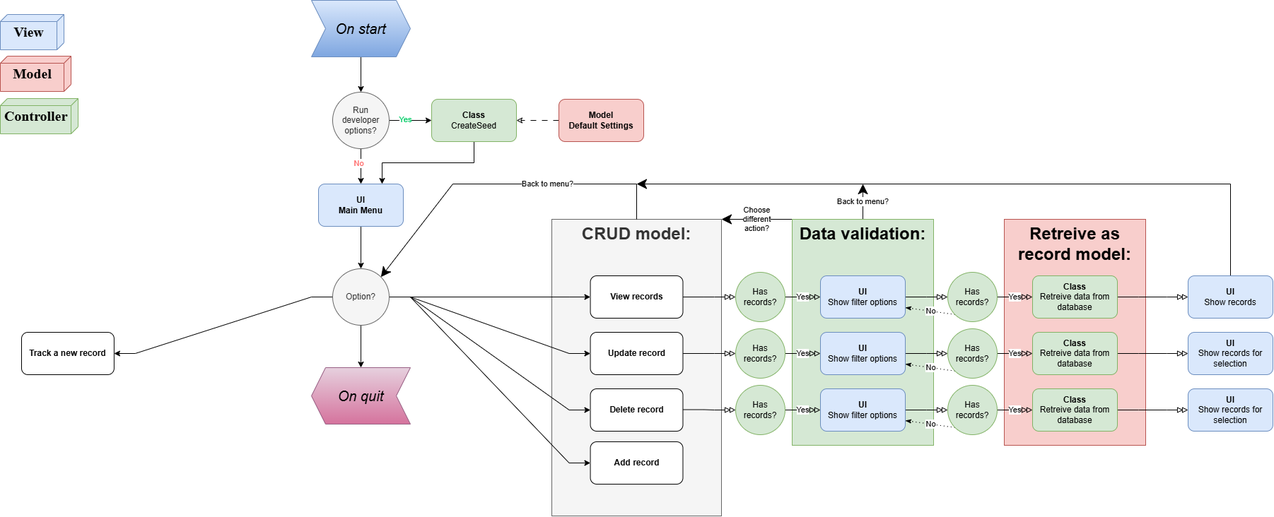
Before: Console.CodingTracker/Diagrams/ProgramRequirements.drawio.png, a diagram exported from draw.io (Wolfieeex/CodeReviews.Console.CodingTracker). Source tidied: cells renumbered, new cells last; positions are measured from the earlier drawing's top-left corner, leaving out a move shared by most shapes.
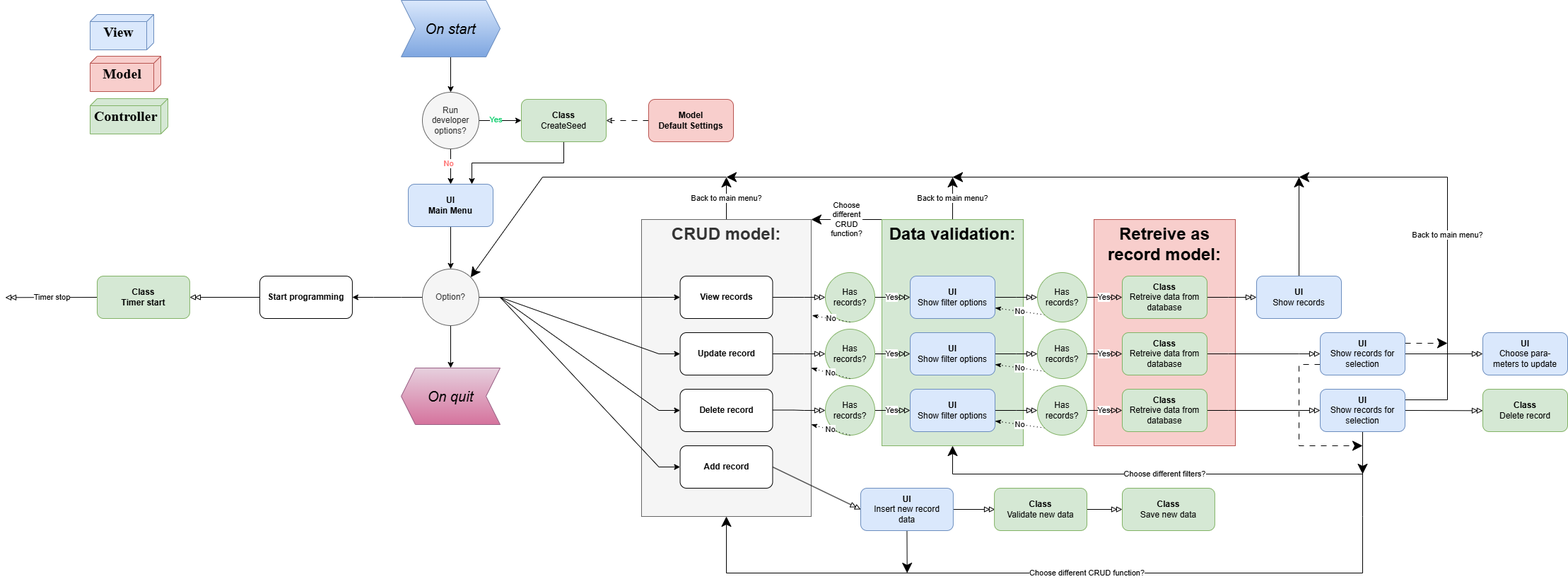
Above is the later version.

Change to the diagram source:
```diff
@@ -2,12 +2,12 @@
   <root>
     <mxCell id="0" />
     <mxCell id="1" parent="0" />
-    <mxCell id="2" value="Back to menu?" style="edgeStyle=none;shape=connector;rounded=0;jettySize=auto;html=1;exitX=0.5;exitY=0;exitDx=0;exitDy=0;strokeColor=default;strokeWidth=1;align=center;verticalAlign=middle;fontFamily=Helvetica;fontSize=11;fontColor=default;labelBackgroundColor=default;endArrow=classic;endSize=12;" parent="1" edge="1" source="4">
+    <mxCell id="2" value="Back to main menu?" style="edgeStyle=none;shape=connector;rounded=0;jettySize=auto;html=1;exitX=0.5;exitY=0;exitDx=0;exitDy=0;strokeColor=default;strokeWidth=1;align=center;verticalAlign=middle;fontFamily=Helvetica;fontSize=11;fontColor=default;labelBackgroundColor=default;endArrow=classic;endSize=12;" parent="1" edge="1" source="4">
       <mxGeometry relative="1" as="geometry">
-        <mxPoint x="1220" y="260" as="targetPoint" />
+        <mxPoint x="1220" y="250" as="targetPoint" />
       </mxGeometry>
     </mxCell>
-    <mxCell id="3" value="Choose&lt;div&gt;different&lt;/div&gt;&lt;div&gt;action?&lt;/div&gt;" style="edgeStyle=none;shape=connector;rounded=0;jettySize=auto;html=1;exitX=0;exitY=0;exitDx=0;exitDy=0;entryX=1;entryY=0;entryDx=0;entryDy=0;strokeColor=default;strokeWidth=1;align=center;verticalAlign=middle;fontFamily=Helvetica;fontSize=11;fontColor=default;labelBackgroundColor=default;endArrow=classic;endSize=12;" parent="1" edge="1" source="4" target="6">
+    <mxCell id="3" value="Choose&lt;div&gt;different&lt;/div&gt;&lt;div&gt;CRUD&lt;/div&gt;&lt;div&gt;function?&lt;/div&gt;" style="edgeStyle=none;shape=connector;rounded=0;jettySize=auto;html=1;exitX=0;exitY=0;exitDx=0;exitDy=0;entryX=1;entryY=0;entryDx=0;entryDy=0;strokeColor=default;strokeWidth=1;align=center;verticalAlign=middle;fontFamily=Helvetica;fontSize=11;fontColor=default;labelBackgroundColor=default;endArrow=classic;endSize=12;" parent="1" edge="1" source="4" target="6">
       <mxGeometry relative="1" as="geometry" />
     </mxCell>
     <mxCell id="4" value="&lt;h1 style=&quot;margin-top: -20.08px;&quot;&gt;Data validation:&lt;/h1&gt;" style="rounded=0;whiteSpace=wrap;html=1;spacingTop=20;fillColor=#d5e8d4;strokeColor=#82b366;verticalAlign=top;" parent="1" vertex="1">
@@ -16,6 +16,11 @@
     <mxCell id="5" value="&lt;h1 style=&quot;margin-top: -20.08px;&quot;&gt;Retreive as record model:&lt;/h1&gt;" style="rounded=0;whiteSpace=wrap;html=1;spacingTop=20;fillColor=#f8cecc;strokeColor=#b85450;verticalAlign=top;" parent="1" vertex="1">
       <mxGeometry x="1420" y="310" width="200" height="320" as="geometry" />
     </mxCell>
+    <mxCell id="72" value="Back to main menu?" style="edgeStyle=none;shape=connector;rounded=0;jettySize=auto;html=1;exitX=0.5;exitY=0;exitDx=0;exitDy=0;strokeColor=default;strokeWidth=1;align=center;verticalAlign=middle;fontFamily=Helvetica;fontSize=11;fontColor=default;labelBackgroundColor=default;endArrow=classic;endSize=12;" parent="1" edge="1" source="6">
+      <mxGeometry relative="1" as="geometry">
+        <mxPoint x="900" y="250" as="targetPoint" />
+      </mxGeometry>
+    </mxCell>
     <mxCell id="6" value="&lt;h1 style=&quot;margin-top: -20.08px;&quot;&gt;CRUD model:&lt;/h1&gt;" style="rounded=0;whiteSpace=wrap;html=1;spacingTop=20;fillColor=#f5f5f5;strokeColor=#666666;verticalAlign=top;fontColor=#333333;" parent="1" vertex="1">
       <mxGeometry x="780" y="310" width="240" height="420" as="geometry" />
     </mxCell>
@@ -85,17 +90,15 @@
     <mxCell id="28" value="On quit" style="shape=step;perimeter=stepPerimeter;html=1;fixedSize=1;fontSize=20;whiteSpace=wrap;fillColor=#e6d0de;strokeColor=#996185;fontStyle=2;portConstraintRotation=0;portConstraint=none;backgroundOutline=0;flipH=1;gradientColor=#d5739d;" parent="1" vertex="1">
       <mxGeometry x="440" y="520" width="140" height="80" as="geometry" />
     </mxCell>
-    <mxCell id="29" style="shape=connector;rounded=0;jettySize=auto;html=1;exitX=0.5;exitY=0;exitDx=0;exitDy=0;entryX=1;entryY=0;entryDx=0;entryDy=0;strokeColor=default;align=center;verticalAlign=middle;fontFamily=Helvetica;fontSize=11;fontColor=default;labelBackgroundColor=default;endArrow=classic;endSize=12;" parent="1" edge="1" source="6" target="27">
+    <mxCell id="29" style="shape=connector;rounded=0;jettySize=auto;html=1;entryX=1;entryY=0;entryDx=0;entryDy=0;strokeColor=default;align=center;verticalAlign=middle;fontFamily=Helvetica;fontSize=11;fontColor=default;labelBackgroundColor=default;endArrow=classic;endSize=12;" parent="1" edge="1" target="27">
       <mxGeometry relative="1" as="geometry">
+        <mxPoint x="900" y="250" as="sourcePoint" />
         <Array as="points">
-          <mxPoint x="900" y="260" />
-          <mxPoint x="640" y="260" />
+          <mxPoint x="900" y="250" />
+          <mxPoint x="640" y="250" />
         </Array>
       </mxGeometry>
     </mxCell>
-    <mxCell id="30" value="Back to menu?" style="edgeLabel;html=1;align=center;verticalAlign=middle;fontFamily=Helvetica;fontSize=11;fontColor=default;labelBackgroundColor=default;" parent="29" vertex="1">
-      <mxGeometry x="-0.26" y="-1" relative="1" as="geometry" />
-    </mxCell>
     <mxCell id="31" style="edgeStyle=entityRelationEdgeStyle;shape=connector;curved=0;rounded=0;jettySize=auto;html=1;exitX=1;exitY=0.5;exitDx=0;exitDy=0;strokeColor=default;align=center;verticalAlign=middle;fontFamily=Helvetica;fontSize=11;fontColor=default;labelBackgroundColor=default;startArrow=none;startFill=0;endArrow=doubleBlock;endFill=0;flowAnimation=0;" parent="1" edge="1" source="32" target="66">
       <mxGeometry relative="1" as="geometry" />
     </mxCell>
@@ -132,11 +135,17 @@
     <mxCell id="42" value="&lt;b&gt;View records&lt;/b&gt;" style="rounded=1;whiteSpace=wrap;html=1;" parent="1" vertex="1">
       <mxGeometry x="834.5" y="390" width="130.9" height="60" as="geometry" />
     </mxCell>
+    <mxCell id="73" style="edgeStyle=none;shape=connector;rounded=0;jettySize=auto;html=1;exitX=1;exitY=0.5;exitDx=0;exitDy=0;strokeColor=default;align=center;verticalAlign=middle;fontFamily=Helvetica;fontSize=11;fontColor=default;labelBackgroundColor=default;startArrow=none;startFill=0;endArrow=doubleBlock;endFill=0;flowAnimation=0;entryX=0;entryY=0.5;entryDx=0;entryDy=0;" parent="1" edge="1" source="43" target="94">
+      <mxGeometry relative="1" as="geometry" />
+    </mxCell>
     <mxCell id="43" value="&lt;b&gt;Add record&lt;/b&gt;" style="rounded=1;whiteSpace=wrap;html=1;" parent="1" vertex="1">
-      <mxGeometry x="834.5" y="625" width="130.9" height="60" as="geometry" />
+      <mxGeometry x="834.5" y="630" width="130.9" height="60" as="geometry" />
     </mxCell>
+    <mxCell id="74" style="shape=connector;rounded=0;jettySize=auto;html=1;exitX=0;exitY=0.5;exitDx=0;exitDy=0;strokeColor=default;align=center;verticalAlign=middle;fontFamily=Helvetica;fontSize=11;fontColor=default;labelBackgroundColor=default;startArrow=none;startFill=0;endArrow=doubleBlock;endFill=0;flowAnimation=0;entryX=1;entryY=0.5;entryDx=0;entryDy=0;" parent="1" edge="1" source="44" target="89">
+      <mxGeometry relative="1" as="geometry" />
+    </mxCell>
-    <mxCell id="44" value="&lt;b&gt;Track a new record&lt;/b&gt;" style="rounded=1;whiteSpace=wrap;html=1;" parent="1" vertex="1">
-      <mxGeometry x="30" y="470" width="130.9" height="60" as="geometry" />
+    <mxCell id="44" value="&lt;b&gt;Start programming&lt;/b&gt;" style="rounded=1;whiteSpace=wrap;html=1;" parent="1" vertex="1">
+      <mxGeometry x="240" y="390" width="130.9" height="60" as="geometry" />
     </mxCell>
     <mxCell id="45" value="&lt;b&gt;Update record&lt;/b&gt;" style="rounded=1;whiteSpace=wrap;html=1;" parent="1" vertex="1">
       <mxGeometry x="834.5" y="470" width="130.9" height="60" as="geometry" />
@@ -166,14 +175,27 @@
     </mxCell>
     <mxCell id="53" style="edgeStyle=none;shape=connector;rounded=0;jettySize=auto;html=1;exitX=0.5;exitY=0;exitDx=0;exitDy=0;strokeColor=default;align=center;verticalAlign=middle;fontFamily=Helvetica;fontSize=11;fontColor=default;labelBackgroundColor=default;endArrow=classic;strokeWidth=1;endSize=12;" parent="1" edge="1" source="54">
       <mxGeometry relative="1" as="geometry">
-        <mxPoint x="900" y="260" as="targetPoint" />
+        <mxPoint x="900" y="250" as="targetPoint" />
         <Array as="points">
-          <mxPoint x="1740" y="260" />
+          <mxPoint x="1710" y="250" />
         </Array>
       </mxGeometry>
     </mxCell>
+    <mxCell id="75" style="edgeStyle=none;shape=connector;rounded=0;jettySize=auto;html=1;exitX=0.5;exitY=0;exitDx=0;exitDy=0;strokeColor=default;strokeWidth=1;align=center;verticalAlign=middle;fontFamily=Helvetica;fontSize=11;fontColor=default;labelBackgroundColor=default;endArrow=classic;endSize=12;" parent="1" edge="1" source="54">
+      <mxGeometry relative="1" as="geometry">
+        <mxPoint x="1220" y="250" as="targetPoint" />
+        <Array as="points">
+          <mxPoint x="1710" y="250" />
+        </Array>
+      </mxGeometry>
+    </mxCell>
+    <mxCell id="76" style="edgeStyle=none;shape=connector;rounded=0;jettySize=auto;html=1;exitX=0.5;exitY=0;exitDx=0;exitDy=0;strokeColor=default;strokeWidth=1;align=center;verticalAlign=middle;fontFamily=Helvetica;fontSize=11;fontColor=default;labelBackgroundColor=default;endArrow=classic;endSize=12;" parent="1" edge="1" source="54">
+      <mxGeometry relative="1" as="geometry">
+        <mxPoint x="1710" y="250" as="targetPoint" />
+      </mxGeometry>
+    </mxCell>
     <mxCell id="54" value="&lt;b&gt;UI&lt;/b&gt;&lt;div&gt;Show records&lt;/div&gt;" style="rounded=1;whiteSpace=wrap;html=1;fillColor=#dae8fc;strokeColor=#6c8ebf;" parent="1" vertex="1">
-      <mxGeometry x="1680" y="390" width="120" height="60" as="geometry" />
+      <mxGeometry x="1650" y="390" width="120" height="60" as="geometry" />
     </mxCell>
     <mxCell id="55" value="Yes" style="edgeStyle=entityRelationEdgeStyle;shape=connector;curved=0;rounded=0;jettySize=auto;html=1;exitX=1;exitY=0.5;exitDx=0;exitDy=0;entryX=0;entryY=0.5;entryDx=0;entryDy=0;strokeColor=default;align=center;verticalAlign=middle;fontFamily=Helvetica;fontSize=11;fontColor=default;labelBackgroundColor=default;startArrow=none;startFill=0;endArrow=doubleBlock;endFill=0;flowAnimation=0;" parent="1" edge="1" source="56" target="35">
       <mxGeometry relative="1" as="geometry" />
@@ -220,11 +242,111 @@
     <mxCell id="69" value="Has records?" style="ellipse;whiteSpace=wrap;html=1;fillColor=#d5e8d4;strokeColor=#82b366;" parent="1" vertex="1">
       <mxGeometry x="1340" y="465" width="70" height="70" as="geometry" />
     </mxCell>
+    <mxCell id="77" style="edgeStyle=none;shape=connector;rounded=0;jettySize=auto;html=1;exitX=1;exitY=0.5;exitDx=0;exitDy=0;strokeColor=default;align=center;verticalAlign=middle;fontFamily=Helvetica;fontSize=11;fontColor=default;labelBackgroundColor=default;startArrow=none;startFill=0;endArrow=doubleBlock;endFill=0;flowAnimation=0;" parent="1" edge="1" source="70">
+      <mxGeometry relative="1" as="geometry">
+        <mxPoint x="1970" y="580.3" as="targetPoint" />
+      </mxGeometry>
+    </mxCell>
+    <mxCell id="78" style="edgeStyle=none;shape=connector;rounded=0;jettySize=auto;html=1;strokeColor=default;align=center;verticalAlign=middle;fontFamily=Helvetica;fontSize=11;fontColor=default;labelBackgroundColor=default;startArrow=none;startFill=0;endArrow=classic;endFill=1;flowAnimation=0;endSize=12;dashed=1;dashPattern=8 8;exitX=0;exitY=0.75;exitDx=0;exitDy=0;" parent="1" edge="1" source="71">
+      <mxGeometry relative="1" as="geometry">
+        <mxPoint x="1800" y="630" as="targetPoint" />
+        <Array as="points">
+          <mxPoint x="1710" y="515" />
+          <mxPoint x="1710" y="630" />
+        </Array>
+      </mxGeometry>
+    </mxCell>
+    <mxCell id="79" value="Choose different filters?" style="edgeStyle=none;shape=connector;rounded=0;jettySize=auto;html=1;exitX=0.5;exitY=1;exitDx=0;exitDy=0;entryX=0.5;entryY=1;entryDx=0;entryDy=0;strokeColor=default;strokeWidth=1;align=center;verticalAlign=middle;fontFamily=Helvetica;fontSize=11;fontColor=default;labelBackgroundColor=default;endArrow=classic;endSize=12;" parent="1" edge="1" source="70" target="4">
+      <mxGeometry relative="1" as="geometry">
+        <Array as="points">
+          <mxPoint x="1800" y="670" />
+          <mxPoint x="1220" y="670" />
+        </Array>
+      </mxGeometry>
+    </mxCell>
+    <mxCell id="80" value="Choose different CRUD function?" style="edgeStyle=none;shape=connector;rounded=0;jettySize=auto;html=1;exitX=0.5;exitY=1;exitDx=0;exitDy=0;entryX=0.5;entryY=1;entryDx=0;entryDy=0;strokeColor=default;strokeWidth=1;align=center;verticalAlign=middle;fontFamily=Helvetica;fontSize=11;fontColor=default;labelBackgroundColor=default;endArrow=classic;endSize=12;" parent="1" edge="1" source="70" target="6">
+      <mxGeometry relative="1" as="geometry">
+        <Array as="points">
+          <mxPoint x="1800" y="730" />
+          <mxPoint x="1800" y="810" />
+          <mxPoint x="900" y="810" />
+        </Array>
+      </mxGeometry>
+    </mxCell>
+    <mxCell id="81" value="Back to main menu?" style="edgeStyle=none;shape=connector;rounded=0;jettySize=auto;html=1;exitX=1;exitY=0.25;exitDx=0;exitDy=0;strokeColor=default;strokeWidth=1;align=center;verticalAlign=middle;fontFamily=Helvetica;fontSize=11;fontColor=default;labelBackgroundColor=default;endArrow=classic;endSize=12;" parent="1" edge="1" source="70">
+      <mxGeometry relative="1" as="geometry">
+        <mxPoint x="1710" y="250" as="targetPoint" />
+        <Array as="points">
+          <mxPoint x="1920" y="565" />
+          <mxPoint x="1920" y="250" />
+        </Array>
+      </mxGeometry>
+    </mxCell>
+    <mxCell id="82" style="edgeStyle=none;shape=connector;rounded=0;jettySize=auto;html=1;exitX=0.5;exitY=1;exitDx=0;exitDy=0;dashed=1;dashPattern=8 8;strokeColor=default;align=center;verticalAlign=middle;fontFamily=Helvetica;fontSize=11;fontColor=default;labelBackgroundColor=default;startArrow=none;startFill=0;endArrow=classic;endFill=1;endSize=12;flowAnimation=0;" parent="1" edge="1" source="70">
+      <mxGeometry relative="1" as="geometry">
+        <mxPoint x="1800" y="670" as="targetPoint" />
+      </mxGeometry>
+    </mxCell>
     <mxCell id="70" value="&lt;b&gt;UI&lt;/b&gt;&lt;div&gt;Show records for selection&lt;/div&gt;" style="rounded=1;whiteSpace=wrap;html=1;fillColor=#dae8fc;strokeColor=#6c8ebf;" parent="1" vertex="1">
-      <mxGeometry x="1680" y="550" width="120" height="60" as="geometry" />
+      <mxGeometry x="1740" y="550" width="120" height="60" as="geometry" />
     </mxCell>
+    <mxCell id="83" style="edgeStyle=none;shape=connector;rounded=0;jettySize=auto;html=1;exitX=1;exitY=0.25;exitDx=0;exitDy=0;dashed=1;dashPattern=8 8;strokeColor=default;align=center;verticalAlign=middle;fontFamily=Helvetica;fontSize=11;fontColor=default;labelBackgroundColor=default;startArrow=none;startFill=0;endArrow=classic;endFill=1;endSize=12;flowAnimation=0;" parent="1" edge="1" source="71">
+      <mxGeometry relative="1" as="geometry">
+        <mxPoint x="1920" y="485" as="targetPoint" />
+      </mxGeometry>
+    </mxCell>
+    <mxCell id="84" style="shape=connector;rounded=0;jettySize=auto;html=1;exitX=1;exitY=0.5;exitDx=0;exitDy=0;strokeColor=default;align=center;verticalAlign=middle;fontFamily=Helvetica;fontSize=11;fontColor=default;labelBackgroundColor=default;startArrow=none;startFill=0;endArrow=doubleBlock;endFill=0;flowAnimation=0;" parent="1" edge="1" source="71">
+      <mxGeometry relative="1" as="geometry">
+        <mxPoint x="1970" y="500" as="targetPoint" />
+      </mxGeometry>
+    </mxCell>
     <mxCell id="71" value="&lt;b&gt;UI&lt;/b&gt;&lt;div&gt;Show records for selection&lt;/div&gt;" style="rounded=1;whiteSpace=wrap;html=1;fillColor=#dae8fc;strokeColor=#6c8ebf;" parent="1" vertex="1">
-      <mxGeometry x="1680" y="470" width="120" height="60" as="geometry" />
+      <mxGeometry x="1740" y="470" width="120" height="60" as="geometry" />
     </mxCell>
+    <mxCell id="85" value="No" style="edgeStyle=none;shape=connector;rounded=0;jettySize=auto;html=1;exitX=0.5;exitY=1;exitDx=0;exitDy=0;entryX=1;entryY=0.5;entryDx=0;entryDy=0;dashed=1;dashPattern=1 4;strokeColor=default;align=center;verticalAlign=middle;fontFamily=Helvetica;fontSize=11;fontColor=default;labelBackgroundColor=default;startArrow=none;startFill=0;endArrow=classicThin;endFill=1;flowAnimation=0;" parent="1" edge="1" source="60" target="6">
+      <mxGeometry relative="1" as="geometry" />
+    </mxCell>
+    <mxCell id="86" value="No" style="edgeStyle=none;shape=connector;rounded=0;jettySize=auto;html=1;exitX=0.5;exitY=1;exitDx=0;exitDy=0;entryX=1.005;entryY=0.323;entryDx=0;entryDy=0;entryPerimeter=0;dashed=1;dashPattern=1 4;strokeColor=default;align=center;verticalAlign=middle;fontFamily=Helvetica;fontSize=11;fontColor=default;labelBackgroundColor=default;startArrow=none;startFill=0;endArrow=classicThin;endFill=1;flowAnimation=0;" parent="1" edge="1" source="58" target="6">
+      <mxGeometry relative="1" as="geometry" />
+    </mxCell>
+    <mxCell id="87" value="No" style="edgeStyle=none;shape=connector;rounded=0;jettySize=auto;html=1;exitX=0.5;exitY=1;exitDx=0;exitDy=0;entryX=1;entryY=0.69;entryDx=0;entryDy=0;entryPerimeter=0;dashed=1;dashPattern=1 4;strokeColor=default;align=center;verticalAlign=middle;fontFamily=Helvetica;fontSize=11;fontColor=default;labelBackgroundColor=default;startArrow=none;startFill=0;endArrow=classicThin;endFill=1;flowAnimation=0;" parent="1" edge="1" source="56" target="6">
+      <mxGeometry relative="1" as="geometry" />
+    </mxCell>
+    <mxCell id="88" value="Timer stop" style="edgeStyle=none;shape=connector;rounded=0;jettySize=auto;html=1;exitX=0;exitY=0.5;exitDx=0;exitDy=0;strokeColor=default;align=center;verticalAlign=middle;fontFamily=Helvetica;fontSize=11;fontColor=default;labelBackgroundColor=default;startArrow=none;startFill=0;endArrow=doubleBlock;endFill=0;flowAnimation=0;" parent="1" edge="1" source="89">
+      <mxGeometry relative="1" as="geometry">
+        <mxPoint x="-120" y="420.3" as="targetPoint" />
+      </mxGeometry>
+    </mxCell>
+    <mxCell id="89" value="&lt;span&gt;Class&lt;/span&gt;&lt;div&gt;&lt;span&gt;Timer start&lt;/span&gt;&lt;/div&gt;" style="rounded=1;whiteSpace=wrap;html=1;fontStyle=1;fillColor=#d5e8d4;strokeColor=#82b366;" parent="1" vertex="1">
+      <mxGeometry x="10" y="390" width="130.9" height="60" as="geometry" />
+    </mxCell>
+    <mxCell id="90" value="&lt;b&gt;Class&lt;/b&gt;&lt;div&gt;Delete record&lt;/div&gt;" style="rounded=1;whiteSpace=wrap;html=1;fillColor=#d5e8d4;strokeColor=#82b366;" parent="1" vertex="1">
+      <mxGeometry x="1970" y="550" width="120" height="60" as="geometry" />
+    </mxCell>
+    <mxCell id="91" value="&lt;b&gt;UI&lt;/b&gt;&lt;div&gt;Choose para-&lt;/div&gt;&lt;div&gt;meters to update&lt;/div&gt;" style="rounded=1;whiteSpace=wrap;html=1;fillColor=#dae8fc;strokeColor=#6c8ebf;" parent="1" vertex="1">
+      <mxGeometry x="1970" y="470" width="120" height="60" as="geometry" />
+    </mxCell>
+    <mxCell id="92" style="edgeStyle=none;shape=connector;rounded=0;jettySize=auto;html=1;exitX=1;exitY=0.5;exitDx=0;exitDy=0;strokeColor=default;align=center;verticalAlign=middle;fontFamily=Helvetica;fontSize=11;fontColor=default;labelBackgroundColor=default;startArrow=none;startFill=0;endArrow=doubleBlock;endFill=0;flowAnimation=0;" parent="1" edge="1" source="94">
+      <mxGeometry relative="1" as="geometry">
+        <mxPoint x="1280" y="720" as="targetPoint" />
+      </mxGeometry>
+    </mxCell>
+    <mxCell id="93" style="edgeStyle=none;shape=connector;rounded=0;jettySize=auto;html=1;exitX=0.5;exitY=1;exitDx=0;exitDy=0;strokeColor=default;strokeWidth=1;align=center;verticalAlign=middle;fontFamily=Helvetica;fontSize=11;fontColor=default;labelBackgroundColor=default;endArrow=classic;endSize=12;" parent="1" edge="1" source="94">
+      <mxGeometry relative="1" as="geometry">
+        <mxPoint x="1155.7" y="810" as="targetPoint" />
+      </mxGeometry>
+    </mxCell>
+    <mxCell id="94" value="&lt;b&gt;UI&lt;/b&gt;&lt;div&gt;Insert new record&lt;/div&gt;&lt;div&gt;data&lt;/div&gt;" style="rounded=1;whiteSpace=wrap;html=1;fillColor=#dae8fc;strokeColor=#6c8ebf;" parent="1" vertex="1">
+      <mxGeometry x="1090" y="690" width="130.9" height="60" as="geometry" />
+    </mxCell>
+    <mxCell id="95" style="edgeStyle=none;shape=connector;rounded=0;jettySize=auto;html=1;exitX=1;exitY=0.5;exitDx=0;exitDy=0;entryX=0;entryY=0.5;entryDx=0;entryDy=0;strokeColor=default;align=center;verticalAlign=middle;fontFamily=Helvetica;fontSize=11;fontColor=default;labelBackgroundColor=default;startArrow=none;startFill=0;endArrow=doubleBlock;endFill=0;flowAnimation=0;" parent="1" edge="1" source="96" target="97">
+      <mxGeometry relative="1" as="geometry" />
+    </mxCell>
+    <mxCell id="96" value="&lt;b&gt;Class&lt;/b&gt;&lt;div&gt;Validate new data&lt;/div&gt;" style="rounded=1;whiteSpace=wrap;html=1;fillColor=#d5e8d4;strokeColor=#82b366;" parent="1" vertex="1">
+      <mxGeometry x="1279.1" y="690" width="130.9" height="60" as="geometry" />
+    </mxCell>
+    <mxCell id="97" value="&lt;b&gt;Class&lt;/b&gt;&lt;div&gt;Save new data&lt;/div&gt;" style="rounded=1;whiteSpace=wrap;html=1;fillColor=#d5e8d4;strokeColor=#82b366;" parent="1" vertex="1">
+      <mxGeometry x="1460" y="690" width="130.9" height="60" as="geometry" />
+    </mxCell>
   </root>
 </mxGraphModel>
```
